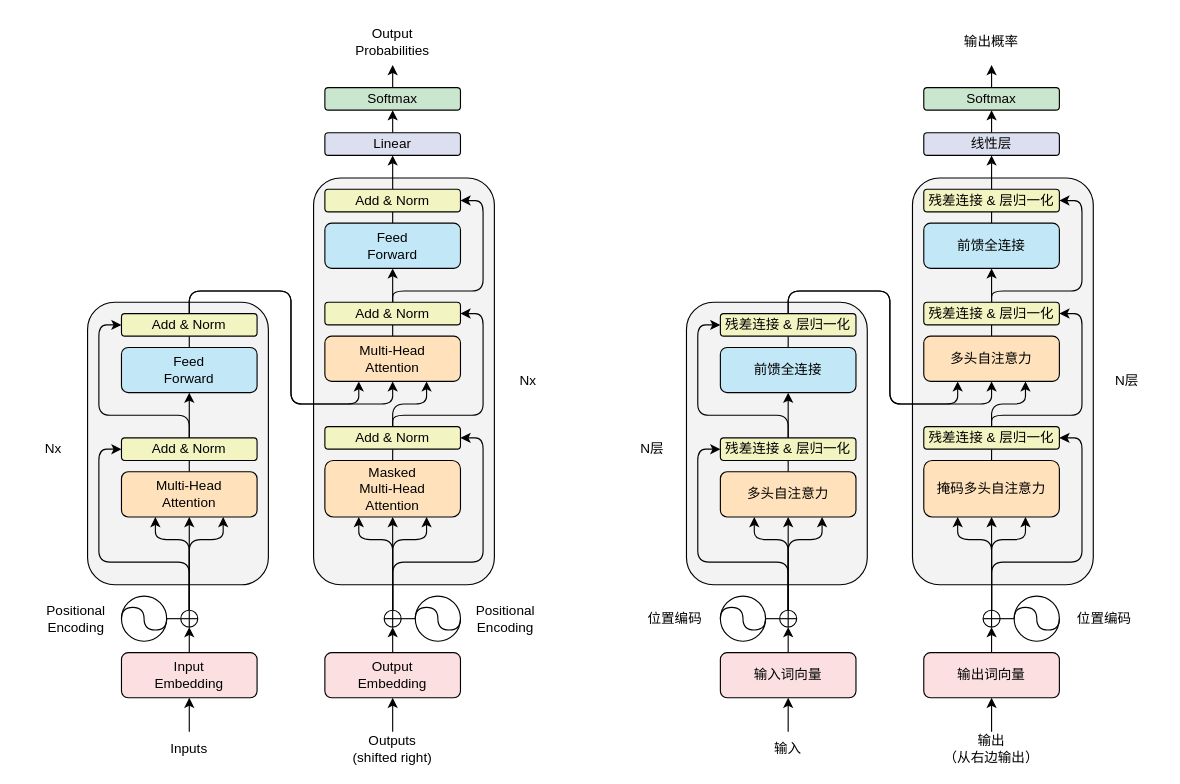
Before: AI-Large-Modlels-Notes/NLP/Transformer架构图.drawio in 1228chl/Learning-AI-Large-Models-Notes, a draw.io diagram. Source tidied: cells renumbered, new cells numbered last; positions are measured from the earlier drawing's top-left corner, leaving out a move shared by most shapes. Both pictures are drawn from the tidied source at 113%, with x=0, y=0 at pixel (19, 19).
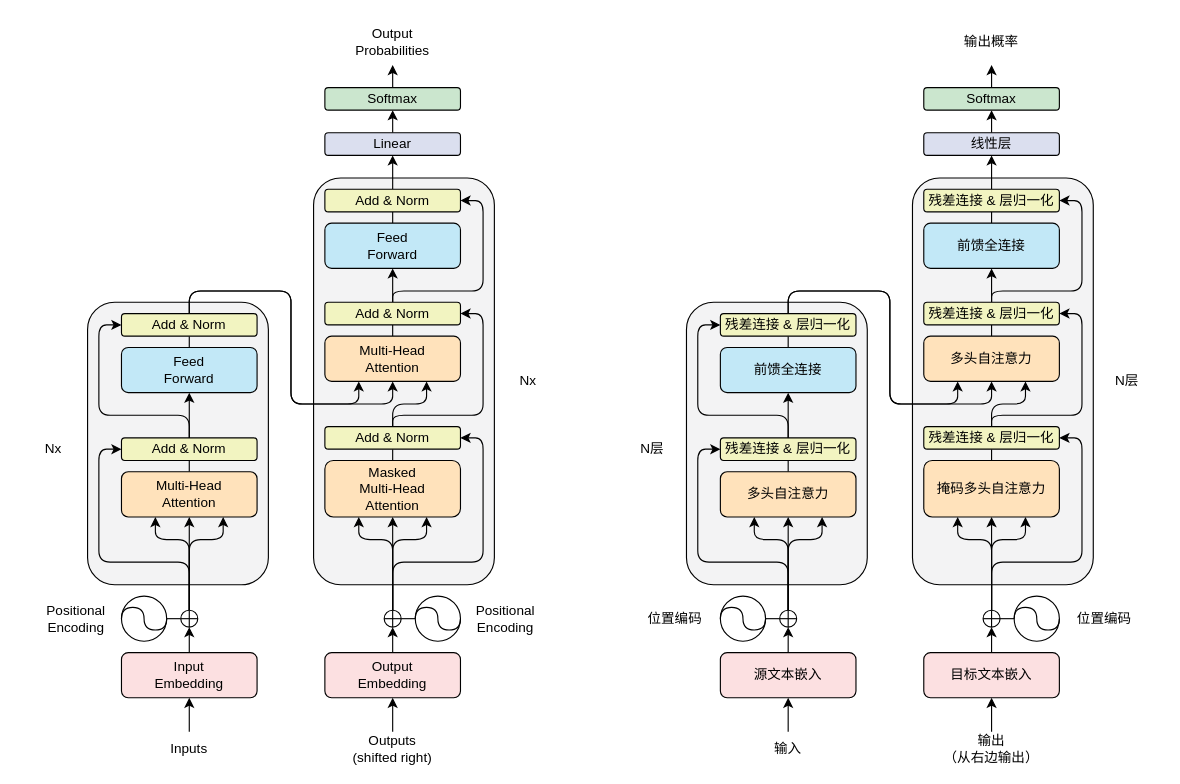
After the change.

The edit, as a diff of the source:
```diff
@@
-    <mxCell id="64" value="输入词向量" style="rounded=1;whiteSpace=wrap;html=1;fillColor=#FCE0E1;" parent="1" vertex="1">
+    <mxCell id="64" value="源文本嵌入" style="rounded=1;whiteSpace=wrap;html=1;fillColor=#FCE0E1;" parent="1" vertex="1">
       <mxGeometry x="620" y="560" width="120" height="40" as="geometry" />
     </mxCell>
@@
-    <mxCell id="83" value="输出词向量" style="rounded=1;whiteSpace=wrap;html=1;fillColor=light-dark(#FCE0E1,#EDEFBD);" parent="1" vertex="1">
+    <mxCell id="83" value="目标文本嵌入" style="rounded=1;whiteSpace=wrap;html=1;fillColor=light-dark(#FCE0E1,#EDEFBD);" parent="1" vertex="1">
       <mxGeometry x="800" y="560" width="120" height="40" as="geometry" />
     </mxCell>
```
